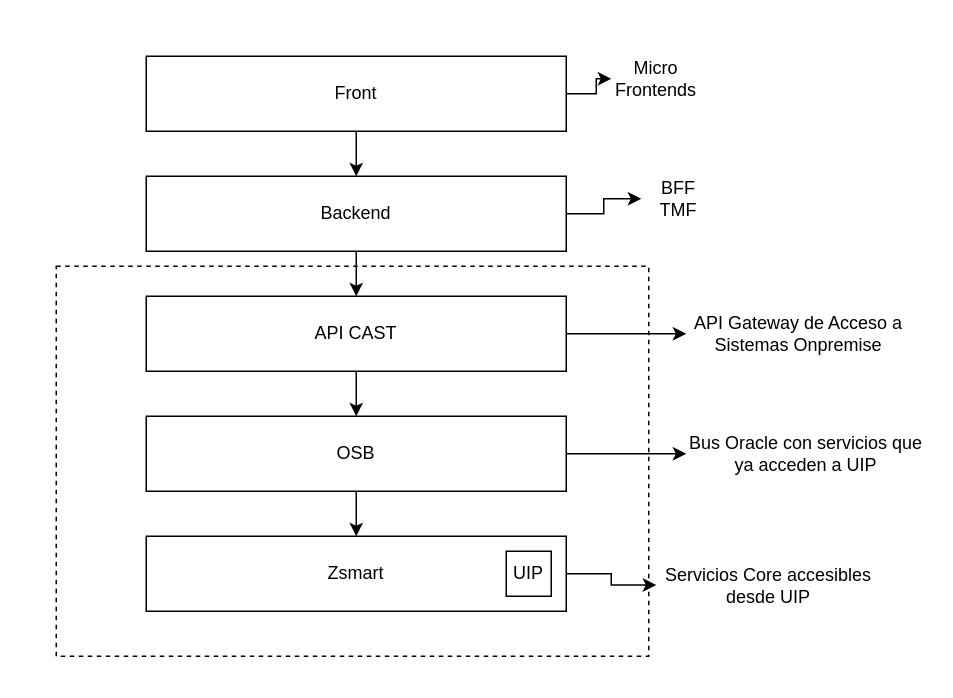
Above: flujoServiciosDraft.drawio in linosnt/womCX (draw.io), before the change. Source tidied: cells renumbered, new cells numbered last; positions are measured from the earlier drawing's top-left corner, leaving out a move shared by most shapes. Both pictures are drawn from the tidied source at 150%, with x=0, y=0 at pixel (56, 56).
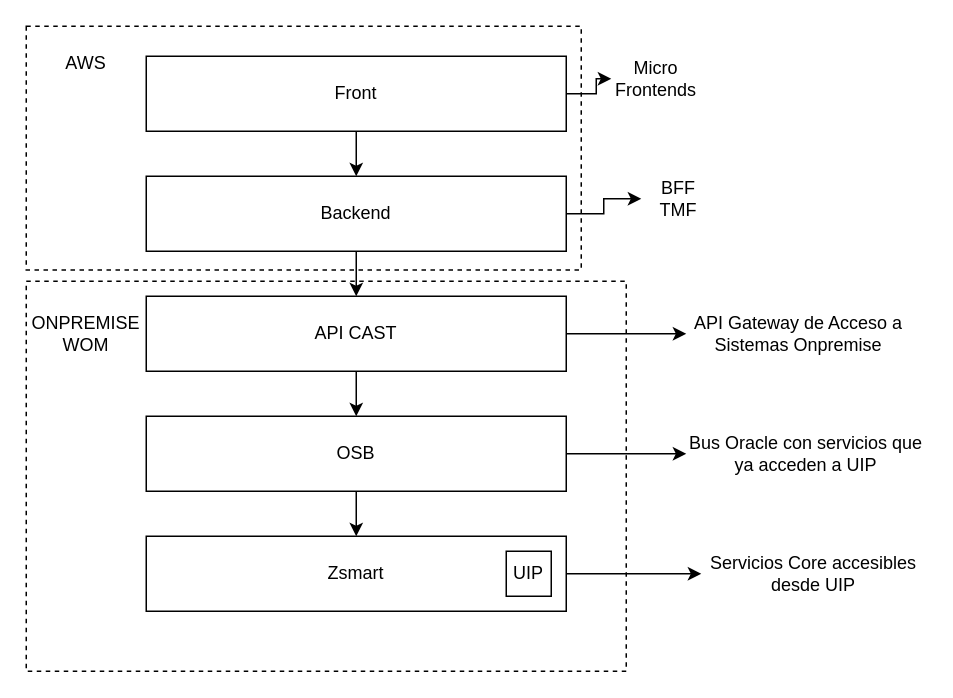
The same diagram, later.

Diff of the diagram source:
```diff
@@
     <mxCell id="2" style="rounded=0;whiteSpace=wrap;html=1;fillColor=none;dashed=1;" parent="1" vertex="1">
-      <mxGeometry y="140" width="395" height="260" as="geometry" />
+      <mxGeometry x="-20" y="-20" width="370" height="162.5" as="geometry" />
     </mxCell>
@@
     <mxCell id="22" value="Servicios Core accesibles desde UIP" style="text;html=1;strokeColor=none;fillColor=none;align=center;verticalAlign=middle;whiteSpace=wrap;rounded=0;" parent="1" vertex="1">
-      <mxGeometry x="400" y="335" width="150" height="35" as="geometry" />
+      <mxGeometry x="430" y="327.5" width="150" height="35" as="geometry" />
     </mxCell>
+    <mxCell id="23" style="rounded=0;whiteSpace=wrap;html=1;fillColor=none;dashed=1;" parent="1" vertex="1">
+      <mxGeometry x="-20" y="150" width="400" height="260" as="geometry" />
+    </mxCell>
+    <mxCell id="24" value="AWS" style="text;html=1;strokeColor=none;fillColor=none;align=center;verticalAlign=middle;whiteSpace=wrap;rounded=0;" parent="1" vertex="1">
+      <mxGeometry x="-10" y="-10" width="60" height="30" as="geometry" />
+    </mxCell>
+    <mxCell id="25" value="ONPREMISE WOM" style="text;html=1;strokeColor=none;fillColor=none;align=center;verticalAlign=middle;whiteSpace=wrap;rounded=0;" parent="1" vertex="1">
+      <mxGeometry x="-10" y="170" width="60" height="30" as="geometry" />
+    </mxCell>
```
